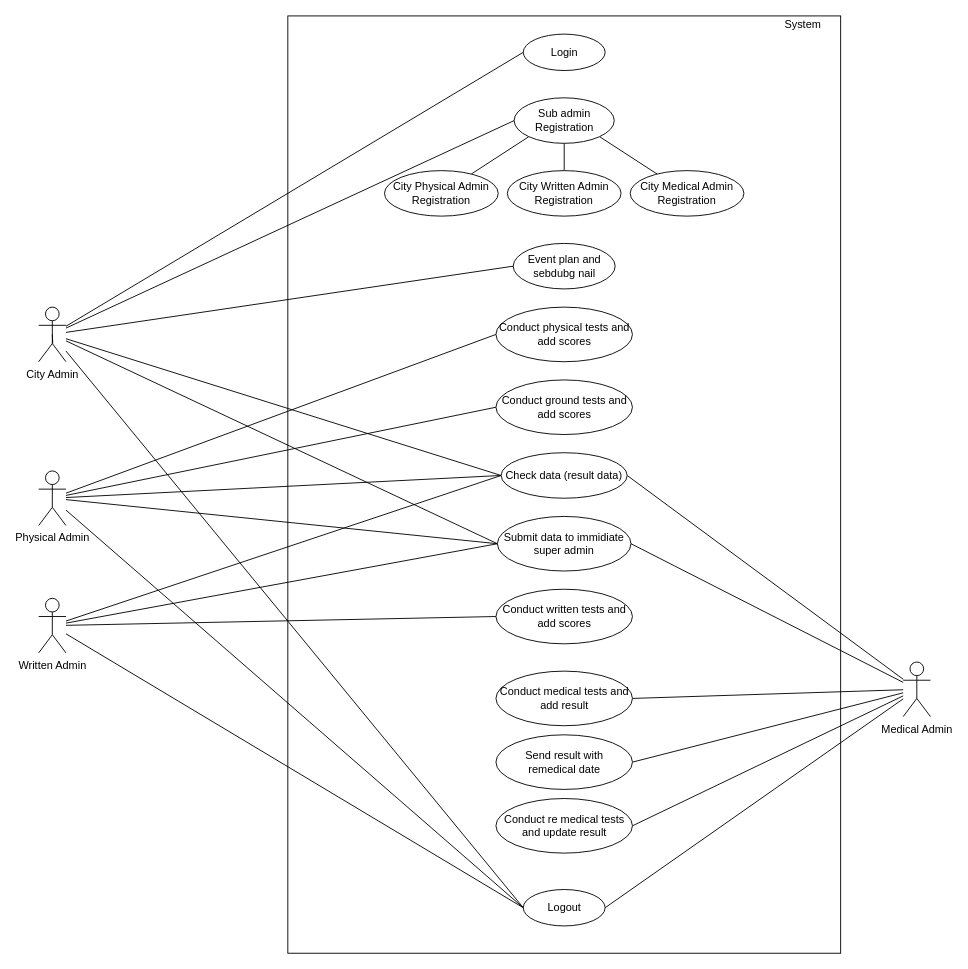
Earlier version of the draw.io diagram Documentation/Diagrams/Raw/Use_Case_City.drawio (phoenix-295/Police_Bharti). Source tidied: cells renumbered, new cells numbered last; positions are measured from the earlier drawing's top-left corner, leaving out a move shared by most shapes. Both pictures are drawn from the tidied source at 91%, with x=0, y=0 at pixel (38, 15).
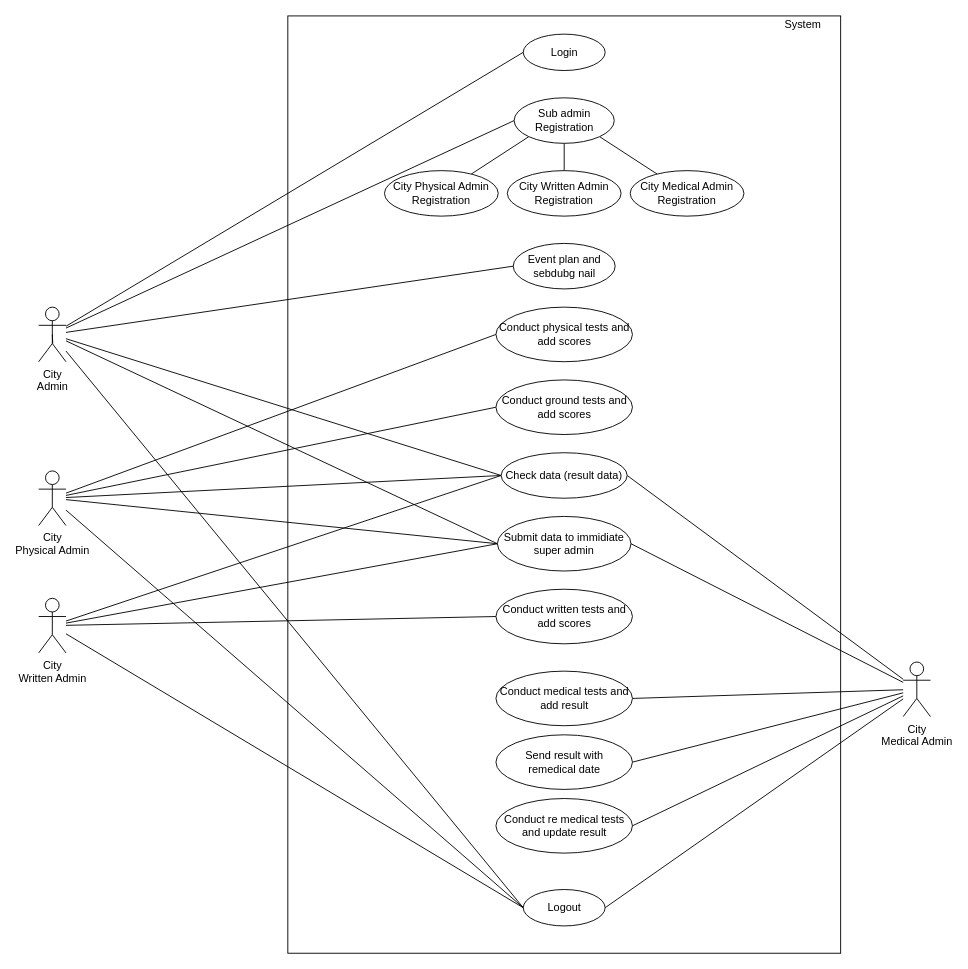
Above is the later version.

Commit message (it also covers changes not shown here):
Use Case

Change to the diagram source:
```diff
@@
-    <mxCell id="4" value="City Admin" style="shape=umlActor;verticalLabelPosition=bottom;verticalAlign=top;html=1;outlineConnect=0;" parent="1" vertex="1">
+    <mxCell id="4" value="City&lt;br&gt;Admin" style="shape=umlActor;verticalLabelPosition=bottom;verticalAlign=top;html=1;outlineConnect=0;" parent="1" vertex="1">
       <mxGeometry y="320" width="30" height="60" as="geometry" />
     </mxCell>
@@
-    <mxCell id="30" value="Physical Admin" style="shape=umlActor;verticalLabelPosition=bottom;verticalAlign=top;html=1;outlineConnect=0;" parent="1" vertex="1">
+    <mxCell id="30" value="City&lt;br&gt;Physical Admin" style="shape=umlActor;verticalLabelPosition=bottom;verticalAlign=top;html=1;outlineConnect=0;" parent="1" vertex="1">
       <mxGeometry y="500" width="30" height="60" as="geometry" />
     </mxCell>
@@
-    <mxCell id="46" value="Written Admin" style="shape=umlActor;verticalLabelPosition=bottom;verticalAlign=top;html=1;outlineConnect=0;" parent="1" vertex="1">
+    <mxCell id="46" value="City&lt;br&gt;Written Admin" style="shape=umlActor;verticalLabelPosition=bottom;verticalAlign=top;html=1;outlineConnect=0;" parent="1" vertex="1">
       <mxGeometry y="640" width="30" height="60" as="geometry" />
     </mxCell>
-    <mxCell id="47" value="Medical Admin" style="shape=umlActor;verticalLabelPosition=bottom;verticalAlign=top;html=1;outlineConnect=0;" parent="1" vertex="1">
+    <mxCell id="47" value="City&lt;br&gt;Medical Admin" style="shape=umlActor;verticalLabelPosition=bottom;verticalAlign=top;html=1;outlineConnect=0;" parent="1" vertex="1">
       <mxGeometry x="950" y="710" width="30" height="60" as="geometry" />
     </mxCell>
```
